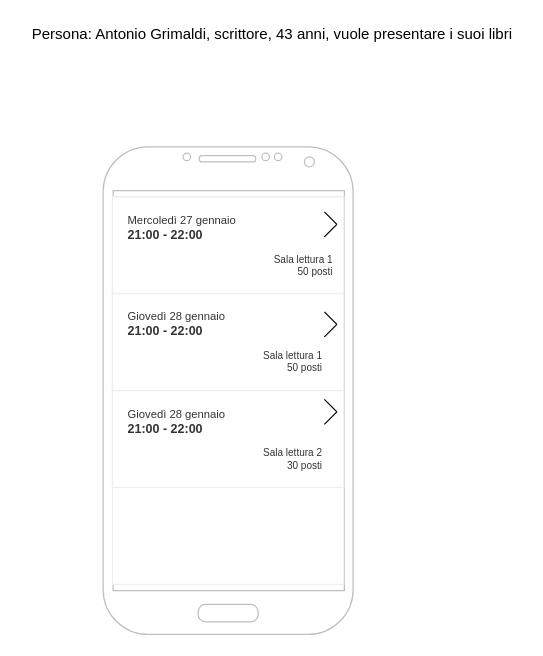
The draw.io diagram Untitled Diagram.drawio in wbigger/2020-21-5Binf-evento-libreria, before the edit. Source tidied: cells renumbered, new cells numbered last; positions are measured from the earlier drawing's top-left corner, leaving out a move shared by most shapes. Both pictures are drawn from the tidied source at 125%, with x=0, y=0 at pixel (21, 21).
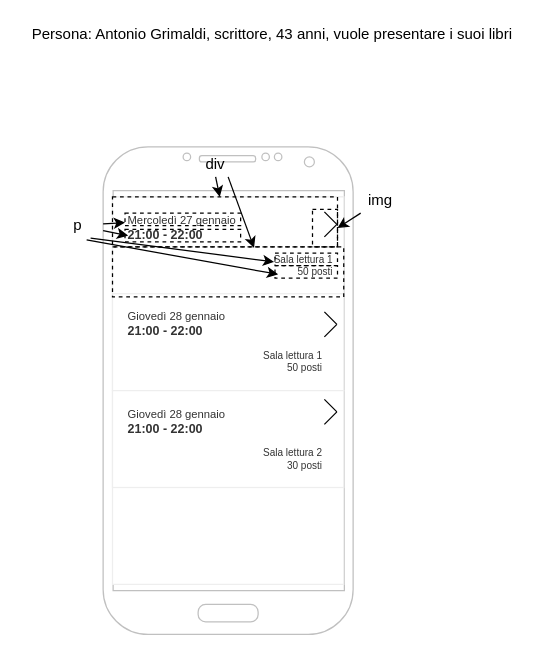
After the change.

The change refers to these unchanged cells:
```xml
<mxCell id="4" style="strokeWidth=1;html=1;shadow=0;dashed=0;shape=mxgraph.android.rrect;rSize=0;strokeColor=#eeeeee;fillColor=#ffffff;gradientColor=none;" parent="1" vertex="1">
  <mxGeometry x="72.5" y="140" width="185" height="310" as="geometry" />
</mxCell>
```

Diff of the diagram source:
```diff
@@
+    <mxCell id="14" style="rounded=0;whiteSpace=wrap;html=1;dashed=1;fillColor=none;" parent="4" vertex="1">
+      <mxGeometry width="180" height="40" as="geometry" />
+    </mxCell>
+    <mxCell id="15" style="rounded=0;whiteSpace=wrap;html=1;dashed=1;fillColor=none;" parent="4" vertex="1">
+      <mxGeometry y="40" width="185" height="40" as="geometry" />
+    </mxCell>
+    <mxCell id="16" style="rounded=0;whiteSpace=wrap;html=1;dashed=1;fillColor=none;" parent="4" vertex="1">
+      <mxGeometry x="130" y="45" width="50" height="10" as="geometry" />
+    </mxCell>
+    <mxCell id="17" style="rounded=0;whiteSpace=wrap;html=1;dashed=1;fillColor=none;" parent="4" vertex="1">
+      <mxGeometry x="130" y="55" width="50" height="10" as="geometry" />
+    </mxCell>
+    <mxCell id="18" style="rounded=0;whiteSpace=wrap;html=1;dashed=1;fillColor=none;" parent="4" vertex="1">
+      <mxGeometry x="160" y="10" width="20" height="30" as="geometry" />
+    </mxCell>
+    <mxCell id="19" value="div" style="text;html=1;strokeColor=none;fillColor=none;align=center;verticalAlign=middle;whiteSpace=wrap;rounded=0;dashed=1;" parent="4" vertex="1">
+      <mxGeometry x="62.5" y="-36" width="40" height="20" as="geometry" />
+    </mxCell>
+    <mxCell id="20" style="endArrow=classic;html=1;exitX=0.5;exitY=1;exitDx=0;exitDy=0;" parent="4" edge="1" source="19" target="14">
+      <mxGeometry relative="1" as="geometry" />
+    </mxCell>
+    <mxCell id="21" style="endArrow=classic;html=1;exitX=0.75;exitY=1;exitDx=0;exitDy=0;entryX=0.612;entryY=0.02;entryDx=0;entryDy=0;entryPerimeter=0;" parent="4" edge="1" source="19" target="15">
+      <mxGeometry relative="1" as="geometry" />
+    </mxCell>
@@
+    <mxCell id="22" style="rounded=0;whiteSpace=wrap;html=1;dashed=1;fillColor=none;" parent="1" vertex="1">
+      <mxGeometry x="82.5" y="153" width="92.5" height="10" as="geometry" />
+    </mxCell>
+    <mxCell id="23" style="rounded=0;whiteSpace=wrap;html=1;dashed=1;fillColor=none;" parent="1" vertex="1">
+      <mxGeometry x="82.5" y="166" width="92.5" height="10" as="geometry" />
+    </mxCell>
+    <mxCell id="24" value="p" style="text;html=1;strokeColor=none;fillColor=none;align=center;verticalAlign=middle;whiteSpace=wrap;rounded=0;dashed=1;" parent="1" vertex="1">
+      <mxGeometry x="25" y="153" width="40" height="20" as="geometry" />
+    </mxCell>
+    <mxCell id="25" style="endArrow=classic;html=1;entryX=0;entryY=0.75;entryDx=0;entryDy=0;" parent="1" edge="1" source="24" target="22">
+      <mxGeometry relative="1" as="geometry" />
+    </mxCell>
+    <mxCell id="26" style="endArrow=classic;html=1;" parent="1" edge="1" source="24">
+      <mxGeometry relative="1" as="geometry">
+        <mxPoint x="85" y="171" as="targetPoint" />
+      </mxGeometry>
+    </mxCell>
+    <mxCell id="27" style="endArrow=classic;html=1;exitX=0.75;exitY=1;exitDx=0;exitDy=0;entryX=-0.014;entryY=-0.3;entryDx=0;entryDy=0;entryPerimeter=0;" parent="1" edge="1" source="24" target="17">
+      <mxGeometry relative="1" as="geometry" />
+    </mxCell>
+    <mxCell id="28" style="endArrow=classic;html=1;exitX=0.67;exitY=1.07;exitDx=0;exitDy=0;exitPerimeter=0;" parent="1" edge="1" source="24">
+      <mxGeometry relative="1" as="geometry">
+        <mxPoint x="205" y="202" as="targetPoint" />
+      </mxGeometry>
+    </mxCell>
+    <mxCell id="29" value="img" style="text;html=1;strokeColor=none;fillColor=none;align=center;verticalAlign=middle;whiteSpace=wrap;rounded=0;dashed=1;" parent="1" vertex="1">
+      <mxGeometry x="266.5" y="133" width="40" height="20" as="geometry" />
+    </mxCell>
+    <mxCell id="30" style="endArrow=classic;html=1;entryX=1;entryY=0.5;entryDx=0;entryDy=0;" parent="1" edge="1" source="29" target="18">
+      <mxGeometry relative="1" as="geometry" />
+    </mxCell>
```
